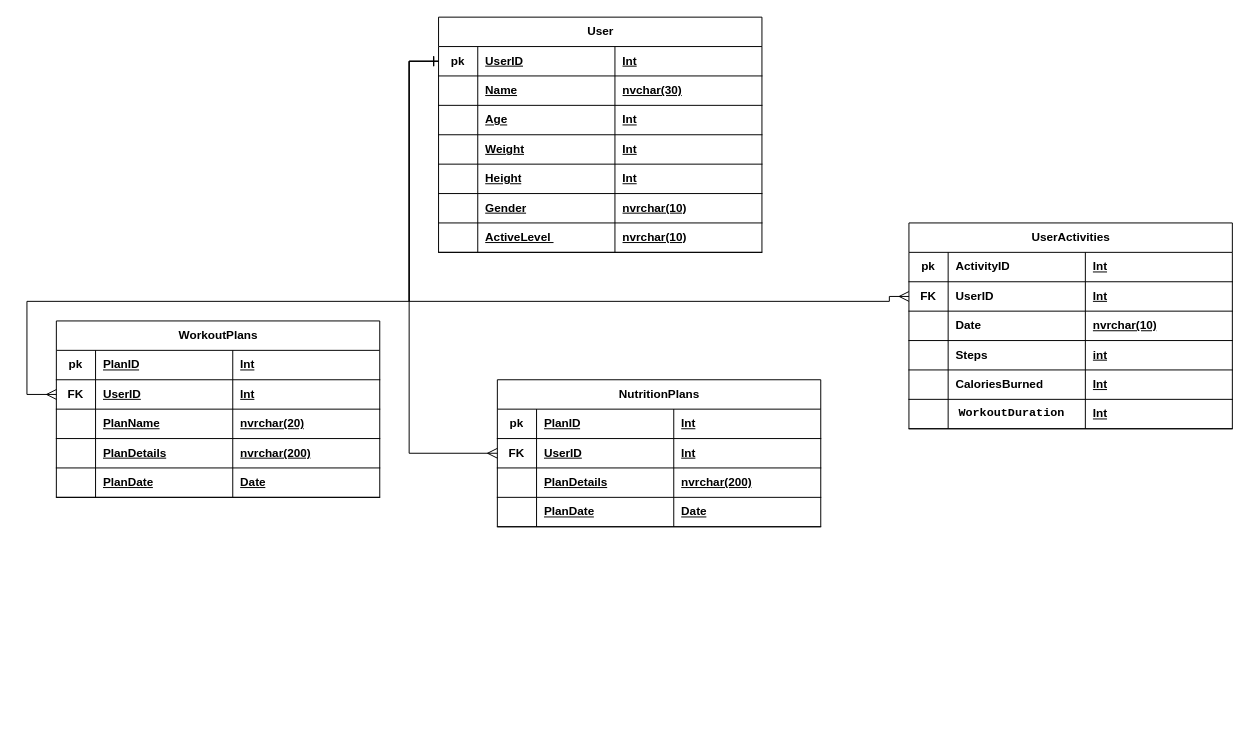
ZaidAlhassnawi/SmartFit keeps this draw.io diagram as Smart Fit ERD.drawio. Above is the earlier version. Source tidied: cells renumbered, new cells numbered last; positions are measured from the earlier drawing's top-left corner, leaving out a move shared by most shapes. Both pictures are drawn from the tidied source at 98%, with x=0, y=0 at pixel (26, 17).
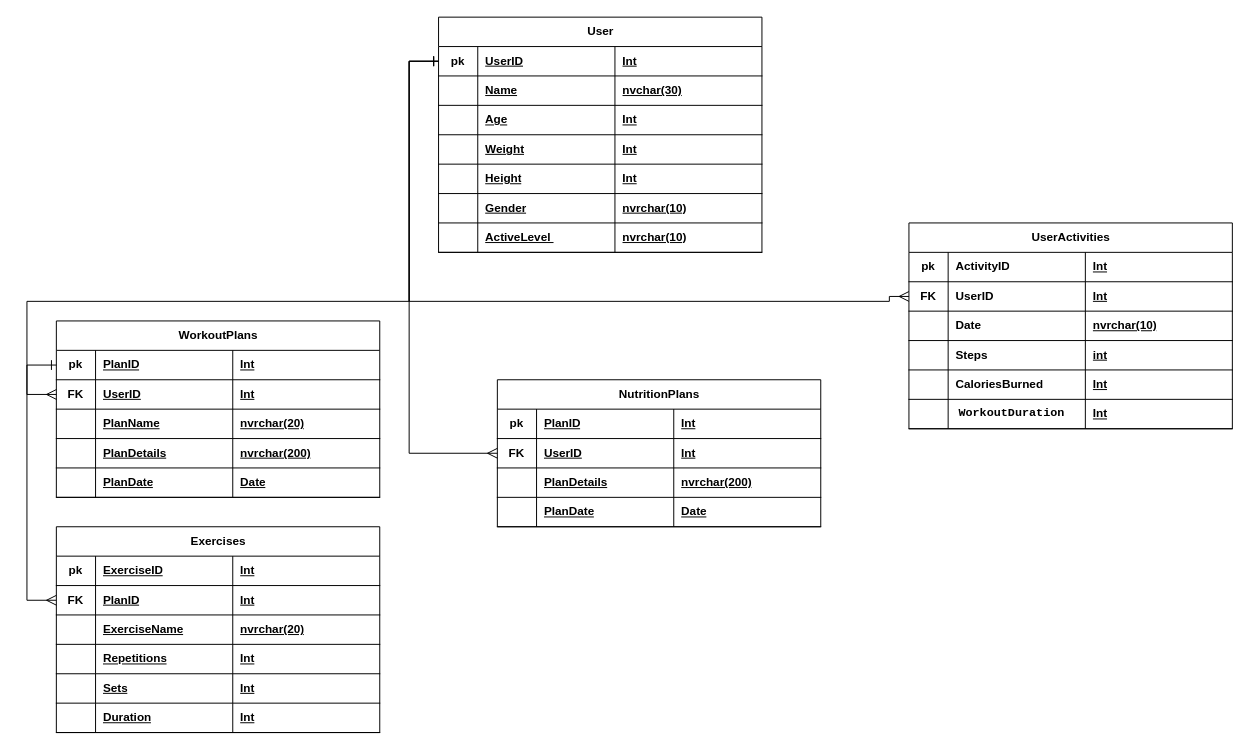
Above is the later version.

The change refers to these unchanged cells:
```xml
<mxCell id="32" style="shape=tableRow;horizontal=0;startSize=0;swimlaneHead=0;swimlaneBody=0;fillColor=none;points=[[0,0.5],[1,0.5]];portConstraint=eastwest;top=0;left=0;right=0;bottom=1;" parent="31" vertex="1">
  <mxGeometry y="30" width="330" height="30" as="geometry" />
</mxCell>
```

The edit, as a diff of the source:
```diff
@@
+    <mxCell id="97" value="Exercises" style="shape=table;startSize=30;childLayout=tableLayout;rowLines=0;fontStyle=1;align=center;html=1;" parent="1" vertex="1">
+      <mxGeometry x="30" y="520" width="330" height="210" as="geometry" />
+    </mxCell>
+    <mxCell id="98" style="shape=tableRow;horizontal=0;startSize=0;swimlaneHead=0;swimlaneBody=0;fillColor=none;top=0;left=0;right=0;bottom=1;" parent="97" vertex="1">
+      <mxGeometry y="30" width="330" height="30" as="geometry" />
+    </mxCell>
+    <mxCell id="99" value="pk" style="shape=partialRectangle;fillColor=none;top=0;left=0;bottom=0;right=0;fontStyle=1;overflow=hidden;whiteSpace=wrap;html=1;" parent="98" vertex="1">
+      <mxGeometry width="40" height="30" as="geometry" />
+    </mxCell>
+    <mxCell id="100" value="ExerciseID" style="shape=partialRectangle;fillColor=none;top=0;left=0;bottom=0;right=0;align=left;spacingLeft=6;fontStyle=5;overflow=hidden;whiteSpace=wrap;html=1;" parent="98" vertex="1">
+      <mxGeometry x="40" width="140" height="30" as="geometry" />
+    </mxCell>
+    <mxCell id="101" value="Int" style="shape=partialRectangle;fillColor=none;top=0;left=0;bottom=0;right=0;align=left;spacingLeft=6;fontStyle=5;overflow=hidden;whiteSpace=wrap;html=1;" parent="98" vertex="1">
+      <mxGeometry x="180" width="150" height="30" as="geometry" />
+    </mxCell>
+    <mxCell id="102" style="shape=tableRow;horizontal=0;startSize=0;swimlaneHead=0;swimlaneBody=0;fillColor=none;points=[[0,0.5],[1,0.5]];portConstraint=eastwest;top=0;left=0;right=0;bottom=1;" parent="97" vertex="1">
+      <mxGeometry y="60" width="330" height="30" as="geometry" />
+    </mxCell>
+    <mxCell id="103" value="FK" style="shape=partialRectangle;fillColor=none;top=0;left=0;bottom=0;right=0;fontStyle=1;overflow=hidden;whiteSpace=wrap;html=1;" parent="102" vertex="1">
+      <mxGeometry width="40" height="30" as="geometry" />
+    </mxCell>
+    <mxCell id="104" value="PlanID" style="shape=partialRectangle;fillColor=none;top=0;left=0;bottom=0;right=0;align=left;spacingLeft=6;fontStyle=5;overflow=hidden;whiteSpace=wrap;html=1;" parent="102" vertex="1">
+      <mxGeometry x="40" width="140" height="30" as="geometry" />
+    </mxCell>
+    <mxCell id="105" value="Int" style="shape=partialRectangle;fillColor=none;top=0;left=0;bottom=0;right=0;align=left;spacingLeft=6;fontStyle=5;overflow=hidden;whiteSpace=wrap;html=1;" parent="102" vertex="1">
+      <mxGeometry x="180" width="150" height="30" as="geometry" />
+    </mxCell>
+    <mxCell id="106" style="shape=tableRow;horizontal=0;startSize=0;swimlaneHead=0;swimlaneBody=0;fillColor=none;top=0;left=0;right=0;bottom=1;" parent="97" vertex="1">
+      <mxGeometry y="90" width="330" height="30" as="geometry" />
+    </mxCell>
+    <mxCell id="107" style="shape=partialRectangle;fillColor=none;top=0;left=0;bottom=0;right=0;fontStyle=1;overflow=hidden;whiteSpace=wrap;html=1;" parent="106" vertex="1">
+      <mxGeometry width="40" height="30" as="geometry" />
+    </mxCell>
+    <mxCell id="108" value="ExerciseName" style="shape=partialRectangle;fillColor=none;top=0;left=0;bottom=0;right=0;align=left;spacingLeft=6;fontStyle=5;overflow=hidden;whiteSpace=wrap;html=1;" parent="106" vertex="1">
+      <mxGeometry x="40" width="140" height="30" as="geometry" />
+    </mxCell>
+    <mxCell id="109" value="nvrchar(20)" style="shape=partialRectangle;fillColor=none;top=0;left=0;bottom=0;right=0;align=left;spacingLeft=6;fontStyle=5;overflow=hidden;whiteSpace=wrap;html=1;" parent="106" vertex="1">
+      <mxGeometry x="180" width="150" height="30" as="geometry" />
+    </mxCell>
+    <mxCell id="110" style="shape=tableRow;horizontal=0;startSize=0;swimlaneHead=0;swimlaneBody=0;fillColor=none;top=0;left=0;right=0;bottom=1;" parent="97" vertex="1">
+      <mxGeometry y="120" width="330" height="30" as="geometry" />
+    </mxCell>
+    <mxCell id="111" style="shape=partialRectangle;fillColor=none;top=0;left=0;bottom=0;right=0;fontStyle=1;overflow=hidden;whiteSpace=wrap;html=1;" parent="110" vertex="1">
+      <mxGeometry width="40" height="30" as="geometry" />
+    </mxCell>
+    <mxCell id="112" value="Repetitions" style="shape=partialRectangle;fillColor=none;top=0;left=0;bottom=0;right=0;align=left;spacingLeft=6;fontStyle=5;overflow=hidden;whiteSpace=wrap;html=1;" parent="110" vertex="1">
+      <mxGeometry x="40" width="140" height="30" as="geometry" />
+    </mxCell>
+    <mxCell id="113" value="Int" style="shape=partialRectangle;fillColor=none;top=0;left=0;bottom=0;right=0;align=left;spacingLeft=6;fontStyle=5;overflow=hidden;whiteSpace=wrap;html=1;" parent="110" vertex="1">
+      <mxGeometry x="180" width="150" height="30" as="geometry" />
+    </mxCell>
+    <mxCell id="114" style="shape=tableRow;horizontal=0;startSize=0;swimlaneHead=0;swimlaneBody=0;fillColor=none;top=0;left=0;right=0;bottom=1;" parent="97" vertex="1">
+      <mxGeometry y="150" width="330" height="30" as="geometry" />
+    </mxCell>
+    <mxCell id="115" style="shape=partialRectangle;fillColor=none;top=0;left=0;bottom=0;right=0;fontStyle=1;overflow=hidden;whiteSpace=wrap;html=1;" parent="114" vertex="1">
+      <mxGeometry width="40" height="30" as="geometry" />
+    </mxCell>
+    <mxCell id="116" value="Sets" style="shape=partialRectangle;fillColor=none;top=0;left=0;bottom=0;right=0;align=left;spacingLeft=6;fontStyle=5;overflow=hidden;whiteSpace=wrap;html=1;" parent="114" vertex="1">
+      <mxGeometry x="40" width="140" height="30" as="geometry" />
+    </mxCell>
+    <mxCell id="117" value="Int" style="shape=partialRectangle;fillColor=none;top=0;left=0;bottom=0;right=0;align=left;spacingLeft=6;fontStyle=5;overflow=hidden;whiteSpace=wrap;html=1;" parent="114" vertex="1">
+      <mxGeometry x="180" width="150" height="30" as="geometry" />
+    </mxCell>
+    <mxCell id="118" style="shape=tableRow;horizontal=0;startSize=0;swimlaneHead=0;swimlaneBody=0;fillColor=none;top=0;left=0;right=0;bottom=1;" parent="97" vertex="1">
+      <mxGeometry y="180" width="330" height="30" as="geometry" />
+    </mxCell>
+    <mxCell id="119" style="shape=partialRectangle;fillColor=none;top=0;left=0;bottom=0;right=0;fontStyle=1;overflow=hidden;whiteSpace=wrap;html=1;" parent="118" vertex="1">
+      <mxGeometry width="40" height="30" as="geometry" />
+    </mxCell>
+    <mxCell id="120" value="Duration" style="shape=partialRectangle;fillColor=none;top=0;left=0;bottom=0;right=0;align=left;spacingLeft=6;fontStyle=5;overflow=hidden;whiteSpace=wrap;html=1;" parent="118" vertex="1">
+      <mxGeometry x="40" width="140" height="30" as="geometry" />
+    </mxCell>
+    <mxCell id="121" value="Int" style="shape=partialRectangle;fillColor=none;top=0;left=0;bottom=0;right=0;align=left;spacingLeft=6;fontStyle=5;overflow=hidden;whiteSpace=wrap;html=1;" parent="118" vertex="1">
+      <mxGeometry x="180" width="150" height="30" as="geometry" />
+    </mxCell>
+    <mxCell id="122" style="edgeStyle=segmentEdgeStyle;endArrow=ERone;html=1;curved=0;rounded=0;endSize=8;startSize=8;exitX=0;exitY=0.5;exitDx=0;exitDy=0;entryX=0;entryY=0.5;entryDx=0;entryDy=0;endFill=0;startArrow=ERmany;startFill=0;" parent="1" edge="1" source="102" target="32">
+      <mxGeometry relative="1" as="geometry">
+        <Array as="points">
+          <mxPoint y="595" />
+          <mxPoint y="355" />
+        </Array>
+      </mxGeometry>
+    </mxCell>
```
